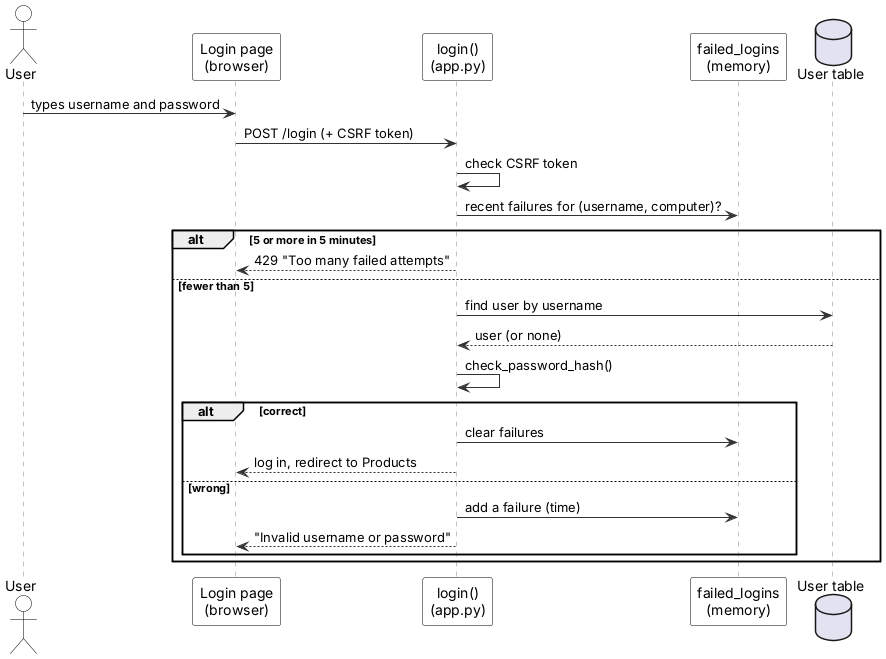
Before: diagrams/uml/17_seq_log_in.png, a diagram exported from PlantUML (JmlAsync/inventory-pos-system). The source it was exported from:
```plantuml
@startuml
skinparam defaultFontName Arial
skinparam shadowing false
skinparam ArrowColor #333333
skinparam rectangle {
  BackgroundColor White
  BorderColor Black
}
skinparam usecase {
  BackgroundColor White
  BorderColor Black
}
skinparam class {
  BackgroundColor White
  BorderColor Black
  HeaderBackgroundColor #E6F1EE
}
skinparam activity {
  BackgroundColor White
  BorderColor Black
}
skinparam state {
  BackgroundColor White
  BorderColor Black
}
skinparam sequence {
  ParticipantBackgroundColor White
  ParticipantBorderColor Black
  LifeLineBorderColor #888888
  ActorBorderColor Black
  ActorBackgroundColor White
}
skinparam note {
  BackgroundColor #FFFBEA
  BorderColor #C9B458
}
skinparam swimlaneWidth same
hide circle

actor User
participant "Login page\n(browser)" as UI
participant "login()\n(app.py)" as C
participant "failed_logins\n(memory)" as L
database "User table" as DB
User -> UI : types username and password
UI -> C : POST /login (+ CSRF token)
C -> C : check CSRF token
C -> L : recent failures for (username, computer)?
alt 5 or more in 5 minutes
  C --> UI : 429 "Too many failed attempts"
else fewer than 5
  C -> DB : find user by username
  DB --> C : user (or none)
  C -> C : check_password_hash()
  alt correct
    C -> L : clear failures
    C --> UI : log in, redirect to Products
  else wrong
    C -> L : add a failure (time)
    C --> UI : "Invalid username or password"
  end
end
@enduml
```
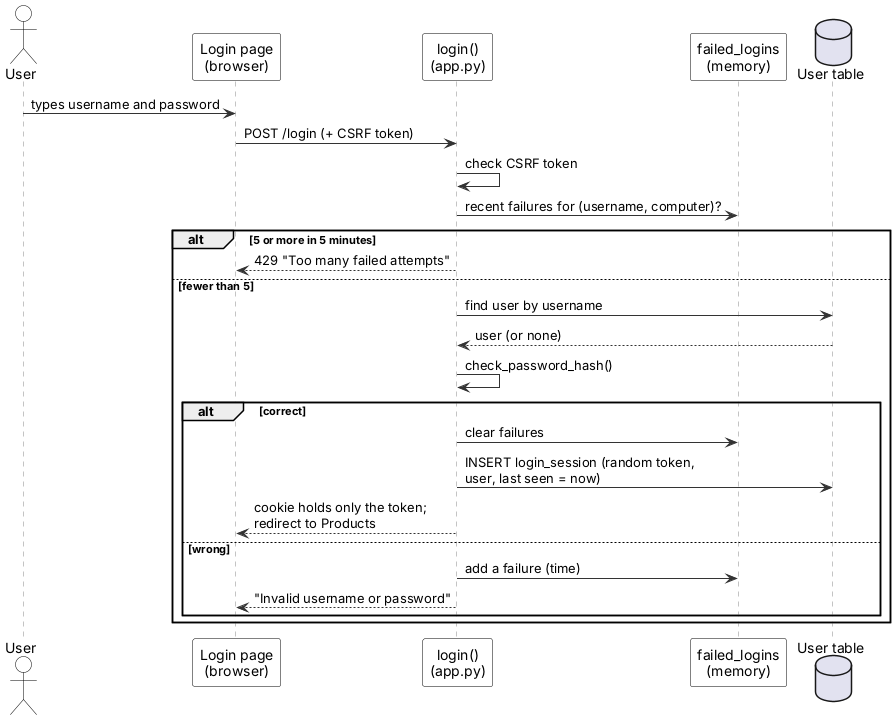
After the commit.

The edit, as a diff of the source:
```diff
@@ -54,7 +54,8 @@
   C -> C : check_password_hash()
   alt correct
     C -> L : clear failures
-    C --> UI : log in, redirect to Products
+    C -> DB : INSERT login_session (random token,\nuser, last seen = now)
+    C --> UI : cookie holds only the token;\nredirect to Products
   else wrong
     C -> L : add a failure (time)
     C --> UI : "Invalid username or password"
```
